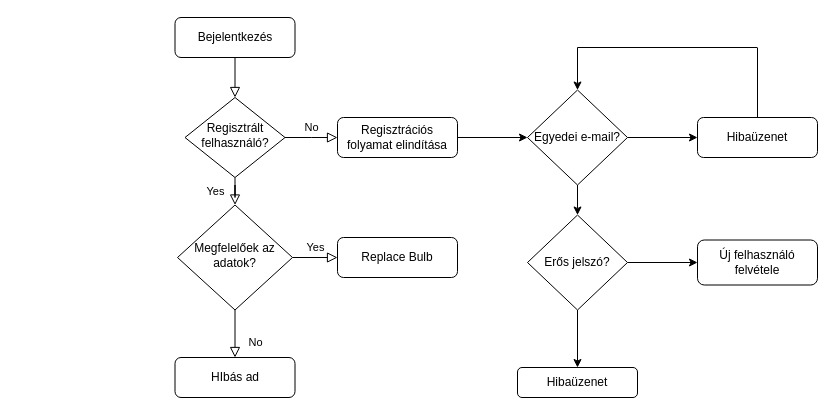
Before: Dokumentáció/hue.drawio in szepema/Webshop, a draw.io diagram. Source tidied: cells renumbered, new cells numbered last; positions are measured from the earlier drawing's top-left corner, leaving out a move shared by most shapes. Both pictures are drawn from the tidied source at 100%, with x=0, y=0 at pixel (175, 17).
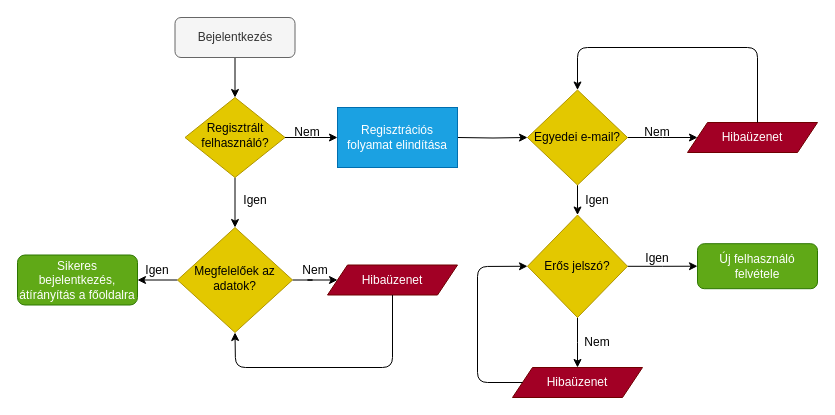
After the change.

What changed in the source:
```diff
@@
-    <mxCell id="2" style="rounded=0;html=1;jettySize=auto;fontSize=11;endArrow=block;endFill=0;endSize=8;strokeWidth=1;shadow=0;labelBackgroundColor=none;edgeStyle=orthogonalEdgeStyle;" parent="1" edge="1" source="3" target="6">
+    <mxCell id="2" style="edgeStyle=orthogonalEdgeStyle;rounded=0;jettySize=auto;html=1;" parent="1" edge="1" source="3" target="6">
       <mxGeometry relative="1" as="geometry" />
     </mxCell>
-    <mxCell id="3" value="Bejelentkezés" style="rounded=1;whiteSpace=wrap;html=1;fontSize=12;glass=0;strokeWidth=1;shadow=0;" parent="1" vertex="1">
+    <mxCell id="3" value="Bejelentkezés" style="rounded=1;whiteSpace=wrap;html=1;fontSize=12;glass=0;strokeWidth=1;shadow=0;fillColor=#f5f5f5;fontColor=#333333;strokeColor=#666666;" parent="1" vertex="1">
       <mxGeometry x="-0.5" width="120" height="40" as="geometry" />
     </mxCell>
+    <mxCell id="26" style="edgeStyle=orthogonalEdgeStyle;rounded=0;jettySize=auto;html=1;" parent="1" edge="1" source="6">
+      <mxGeometry relative="1" as="geometry">
+        <mxPoint x="162" y="120" as="targetPoint" />
+      </mxGeometry>
+    </mxCell>
-    <mxCell id="4" value="Yes" style="rounded=0;html=1;jettySize=auto;fontSize=11;endArrow=block;endFill=0;endSize=8;strokeWidth=1;shadow=0;labelBackgroundColor=none;edgeStyle=orthogonalEdgeStyle;" parent="1" edge="1" source="6" target="9">
-      <mxGeometry y="20" relative="1" as="geometry" />
+    <mxCell id="4" style="edgeStyle=orthogonalEdgeStyle;rounded=0;jettySize=auto;html=1;" parent="1" edge="1" source="6" target="9">
+      <mxGeometry relative="1" as="geometry" />
     </mxCell>
-    <mxCell id="5" value="No" style="edgeStyle=orthogonalEdgeStyle;rounded=0;html=1;jettySize=auto;fontSize=11;endArrow=block;endFill=0;endSize=8;strokeWidth=1;shadow=0;labelBackgroundColor=none;" parent="1" edge="1" source="6">
-      <mxGeometry y="10" relative="1" as="geometry">
-        <mxPoint x="162" y="120" as="targetPoint" />
-      </mxGeometry>
-    </mxCell>
-    <mxCell id="6" value="Regisztrált felhasználó?" style="rhombus;whiteSpace=wrap;html=1;shadow=0;fontFamily=Helvetica;fontSize=12;align=center;strokeWidth=1;spacing=6;spacingTop=-4;" parent="1" vertex="1">
+    <mxCell id="6" value="Regisztrált felhasználó?" style="rhombus;whiteSpace=wrap;html=1;shadow=0;fontFamily=Helvetica;fontSize=12;align=center;strokeWidth=1;spacing=6;spacingTop=-4;fillColor=#e3c800;strokeColor=#B09500;fontColor=#000000;" parent="1" vertex="1">
       <mxGeometry x="9.5" y="80" width="100" height="80" as="geometry" />
     </mxCell>
-    <mxCell id="7" value="No" style="rounded=0;html=1;jettySize=auto;fontSize=11;endArrow=block;endFill=0;endSize=8;strokeWidth=1;shadow=0;labelBackgroundColor=none;edgeStyle=orthogonalEdgeStyle;" parent="1" edge="1" source="9" target="10">
-      <mxGeometry x="0.33" y="20" relative="1" as="geometry" />
-    </mxCell>
-    <mxCell id="8" value="Yes" style="edgeStyle=orthogonalEdgeStyle;rounded=0;html=1;jettySize=auto;fontSize=11;endArrow=block;endFill=0;endSize=8;strokeWidth=1;shadow=0;labelBackgroundColor=none;" parent="1" edge="1" source="9" target="11">
-      <mxGeometry y="10" relative="1" as="geometry" />
+    <mxCell id="8" style="edgeStyle=orthogonalEdgeStyle;rounded=0;jettySize=auto;html=1;" parent="1" edge="1" source="9" target="11">
+      <mxGeometry relative="1" as="geometry" />
     </mxCell>
+    <mxCell id="27" style="edgeStyle=orthogonalEdgeStyle;rounded=0;jettySize=auto;html=1;" parent="1" edge="1" source="9" target="29">
+      <mxGeometry relative="1" as="geometry" />
+    </mxCell>
-    <mxCell id="9" value="Megfelelőek az adatok?" style="rhombus;whiteSpace=wrap;html=1;shadow=0;fontFamily=Helvetica;fontSize=12;align=center;strokeWidth=1;spacing=6;spacingTop=-4;" parent="1" vertex="1">
-      <mxGeometry x="2" y="187.5" width="115" height="105" as="geometry" />
+    <mxCell id="9" value="Megfelelőek az adatok?" style="rhombus;whiteSpace=wrap;html=1;shadow=0;fontFamily=Helvetica;fontSize=12;align=center;strokeWidth=1;spacing=6;spacingTop=-4;fillColor=#e3c800;strokeColor=#B09500;fontColor=#000000;" parent="1" vertex="1">
+      <mxGeometry x="2" y="210" width="115" height="105" as="geometry" />
     </mxCell>
-    <mxCell id="10" value="HIbás ad" style="rounded=1;whiteSpace=wrap;html=1;fontSize=12;glass=0;strokeWidth=1;shadow=0;" parent="1" vertex="1">
-      <mxGeometry x="-0.5" y="340" width="120" height="40" as="geometry" />
-    </mxCell>
-    <mxCell id="11" value="Replace Bulb" style="rounded=1;whiteSpace=wrap;html=1;fontSize=12;glass=0;strokeWidth=1;shadow=0;" parent="1" vertex="1">
-      <mxGeometry x="162" y="220" width="120" height="40" as="geometry" />
+    <mxCell id="11" value="Sikeres bejelentkezés, átírányítás a főoldalra" style="rounded=1;whiteSpace=wrap;html=1;fontSize=12;glass=0;strokeWidth=1;shadow=0;fillColor=#60a917;strokeColor=#2D7600;fontColor=#ffffff;" parent="1" vertex="1">
+      <mxGeometry x="-158" y="237.5" width="120" height="50" as="geometry" />
     </mxCell>
-    <mxCell id="12" style="edgeStyle=orthogonalEdgeStyle;rounded=0;jettySize=auto;html=1;" parent="1" edge="1" source="14" target="17">
-      <mxGeometry relative="1" as="geometry" />
+    <mxCell id="12" style="edgeStyle=orthogonalEdgeStyle;rounded=0;jettySize=auto;html=1;" parent="1" edge="1" source="14">
+      <mxGeometry relative="1" as="geometry">
+        <mxPoint x="522" y="120" as="targetPoint" />
+      </mxGeometry>
     </mxCell>
@@
-    <mxCell id="14" value="Egyedei e-mail?" style="rhombus;whiteSpace=wrap;html=1;" parent="1" vertex="1">
+    <mxCell id="14" value="Egyedei e-mail?" style="rhombus;whiteSpace=wrap;html=1;fillColor=#e3c800;strokeColor=#B09500;fontColor=#000000;" parent="1" vertex="1">
       <mxGeometry x="352" y="72.5" width="100" height="95" as="geometry" />
     </mxCell>
-    <mxCell id="15" style="edgeStyle=orthogonalEdgeStyle;rounded=0;jettySize=auto;html=1;" parent="1" edge="1" source="16" target="14">
-      <mxGeometry relative="1" as="geometry" />
+    <mxCell id="15" style="edgeStyle=orthogonalEdgeStyle;rounded=0;jettySize=auto;html=1;" parent="1" edge="1" target="14">
+      <mxGeometry relative="1" as="geometry">
+        <mxPoint x="282" y="120" as="sourcePoint" />
+      </mxGeometry>
     </mxCell>
-    <mxCell id="16" value="Regisztrációs folyamat elindítása" style="rounded=1;whiteSpace=wrap;html=1;" parent="1" vertex="1">
-      <mxGeometry x="162" y="100" width="120" height="40" as="geometry" />
-    </mxCell>
-    <mxCell id="17" value="Hibaüzenet" style="rounded=1;whiteSpace=wrap;html=1;" parent="1" vertex="1">
-      <mxGeometry x="522" y="100" width="120" height="40" as="geometry" />
-    </mxCell>
@@
-    <mxCell id="19" style="edgeStyle=orthogonalEdgeStyle;rounded=0;jettySize=auto;html=1;" parent="1" edge="1" source="20" target="22">
-      <mxGeometry relative="1" as="geometry" />
+    <mxCell id="19" style="edgeStyle=orthogonalEdgeStyle;rounded=0;jettySize=auto;html=1;" parent="1" edge="1" source="20">
+      <mxGeometry relative="1" as="geometry">
+        <mxPoint x="402" y="350" as="targetPoint" />
+      </mxGeometry>
     </mxCell>
-    <mxCell id="20" value="Erős jelszó?" style="rhombus;whiteSpace=wrap;html=1;" parent="1" vertex="1">
-      <mxGeometry x="352" y="197.5" width="100" height="95" as="geometry" />
+    <mxCell id="20" value="Erős jelszó?" style="rhombus;whiteSpace=wrap;html=1;fillColor=#e3c800;strokeColor=#B09500;fontColor=#000000;" parent="1" vertex="1">
+      <mxGeometry x="352" y="197.5" width="100" height="102.5" as="geometry" />
     </mxCell>
-    <mxCell id="21" value="&lt;div&gt;Új felhasználó felvétele&lt;br&gt;&lt;/div&gt;" style="rounded=1;whiteSpace=wrap;html=1;" parent="1" vertex="1">
-      <mxGeometry x="522" y="222.5" width="120" height="45" as="geometry" />
+    <mxCell id="21" value="&lt;div&gt;Új felhasználó felvétele&lt;br&gt;&lt;/div&gt;" style="rounded=1;whiteSpace=wrap;html=1;fillColor=#60a917;strokeColor=#2D7600;fontColor=#ffffff;" parent="1" vertex="1">
+      <mxGeometry x="522" y="226.2" width="120" height="45" as="geometry" />
     </mxCell>
-    <mxCell id="22" value="Hibaüzenet" style="rounded=1;whiteSpace=wrap;html=1;" parent="1" vertex="1">
-      <mxGeometry x="342" y="350" width="120" height="30" as="geometry" />
-    </mxCell>
-    <mxCell id="23" style="endArrow=none;html=1;rounded=0;" parent="1" edge="1">
-      <mxGeometry relative="1" as="geometry">
-        <mxPoint x="582" y="100" as="sourcePoint" />
-        <mxPoint x="582" y="30" as="targetPoint" />
-      </mxGeometry>
-    </mxCell>
-    <mxCell id="24" style="endArrow=none;html=1;rounded=0;" parent="1" edge="1">
-      <mxGeometry relative="1" as="geometry">
-        <mxPoint x="581.5" y="30" as="sourcePoint" />
-        <mxPoint x="402" y="30" as="targetPoint" />
-      </mxGeometry>
-    </mxCell>
-    <mxCell id="25" style="endArrow=classic;html=1;rounded=0;entryX=0.5;entryY=0;entryDx=0;entryDy=0;" parent="1" edge="1" target="14">
-      <mxGeometry relative="1" as="geometry">
-        <mxPoint x="402" y="30" as="sourcePoint" />
-      </mxGeometry>
-    </mxCell>
+    <mxCell id="28" value="Hibaüzenet" style="shape=parallelogram;perimeter=parallelogramPerimeter;whiteSpace=wrap;html=1;fixedSize=1;fillColor=#a20025;strokeColor=#6F0000;fontColor=#ffffff;" parent="1" vertex="1">
+      <mxGeometry x="512" y="105" width="130" height="30" as="geometry" />
+    </mxCell>
+    <mxCell id="29" value="Hibaüzenet" style="shape=parallelogram;perimeter=parallelogramPerimeter;whiteSpace=wrap;html=1;fixedSize=1;fillColor=#a20025;strokeColor=#6F0000;fontColor=#ffffff;" parent="1" vertex="1">
+      <mxGeometry x="152" y="247.5" width="130" height="30" as="geometry" />
+    </mxCell>
+    <mxCell id="30" value="Hibaüzenet" style="shape=parallelogram;perimeter=parallelogramPerimeter;whiteSpace=wrap;html=1;fixedSize=1;fillColor=#a20025;strokeColor=#6F0000;fontColor=#ffffff;" parent="1" vertex="1">
+      <mxGeometry x="337" y="350" width="130" height="30" as="geometry" />
+    </mxCell>
+    <mxCell id="16" value="Regisztrációs folyamat elindítása" style="rounded=0;whiteSpace=wrap;html=1;fillColor=#1ba1e2;strokeColor=#006EAF;fontColor=#ffffff;" parent="1" vertex="1">
+      <mxGeometry x="162" y="90" width="120" height="60" as="geometry" />
+    </mxCell>
+    <mxCell id="31" style="endArrow=classic;html=1;rounded=1;exitX=0;exitY=0.5;exitDx=0;exitDy=0;entryX=0;entryY=0.5;entryDx=0;entryDy=0;" parent="1" edge="1" source="30" target="20">
+      <mxGeometry relative="1" as="geometry">
+        <Array as="points">
+          <mxPoint x="302" y="365" />
+          <mxPoint x="302" y="249" />
+        </Array>
+      </mxGeometry>
+    </mxCell>
+    <mxCell id="32" style="endArrow=classic;html=1;rounded=1;entryX=0.5;entryY=0;entryDx=0;entryDy=0;" parent="1" edge="1" target="14">
+      <mxGeometry relative="1" as="geometry">
+        <mxPoint x="582" y="105" as="sourcePoint" />
+        <Array as="points">
+          <mxPoint x="582" y="30" />
+          <mxPoint x="402" y="30" />
+        </Array>
+      </mxGeometry>
+    </mxCell>
+    <mxCell id="33" style="endArrow=classic;html=1;rounded=1;exitX=0.5;exitY=1;exitDx=0;exitDy=0;entryX=0.5;entryY=1;entryDx=0;entryDy=0;" parent="1" edge="1" source="29" target="9">
+      <mxGeometry relative="1" as="geometry">
+        <Array as="points">
+          <mxPoint x="217" y="350" />
+          <mxPoint x="60" y="350" />
+        </Array>
+      </mxGeometry>
+    </mxCell>
+    <mxCell id="34" value="Igen" style="text;html=1;strokeColor=none;fillColor=none;align=center;verticalAlign=middle;whiteSpace=wrap;rounded=0;" parent="1" vertex="1">
+      <mxGeometry x="392" y="167.5" width="60" height="30" as="geometry" />
+    </mxCell>
+    <mxCell id="35" value="Nem" style="text;html=1;strokeColor=none;fillColor=none;align=center;verticalAlign=middle;whiteSpace=wrap;rounded=0;" parent="1" vertex="1">
+      <mxGeometry x="109.5" y="237.5" width="60" height="30" as="geometry" />
+    </mxCell>
+    <mxCell id="36" value="Igen" style="text;html=1;strokeColor=none;fillColor=none;align=center;verticalAlign=middle;whiteSpace=wrap;rounded=0;" parent="1" vertex="1">
+      <mxGeometry x="49.5" y="167.5" width="60" height="30" as="geometry" />
+    </mxCell>
+    <mxCell id="37" value="Igen" style="text;html=1;strokeColor=none;fillColor=none;align=center;verticalAlign=middle;whiteSpace=wrap;rounded=0;" parent="1" vertex="1">
+      <mxGeometry x="-48" y="237.5" width="60" height="30" as="geometry" />
+    </mxCell>
+    <mxCell id="38" value="Igen" style="text;html=1;strokeColor=none;fillColor=none;align=center;verticalAlign=middle;whiteSpace=wrap;rounded=0;" parent="1" vertex="1">
+      <mxGeometry x="452" y="226.2" width="60" height="30" as="geometry" />
+    </mxCell>
+    <mxCell id="39" value="Nem" style="text;html=1;strokeColor=none;fillColor=none;align=center;verticalAlign=middle;whiteSpace=wrap;rounded=0;" parent="1" vertex="1">
+      <mxGeometry x="102" y="100" width="60" height="30" as="geometry" />
+    </mxCell>
+    <mxCell id="40" value="Nem" style="text;html=1;strokeColor=none;fillColor=none;align=center;verticalAlign=middle;whiteSpace=wrap;rounded=0;" parent="1" vertex="1">
+      <mxGeometry x="392" y="310" width="60" height="30" as="geometry" />
+    </mxCell>
+    <mxCell id="41" value="Nem" style="text;html=1;strokeColor=none;fillColor=none;align=center;verticalAlign=middle;whiteSpace=wrap;rounded=0;" parent="1" vertex="1">
+      <mxGeometry x="452" y="100" width="60" height="30" as="geometry" />
+    </mxCell>
```
